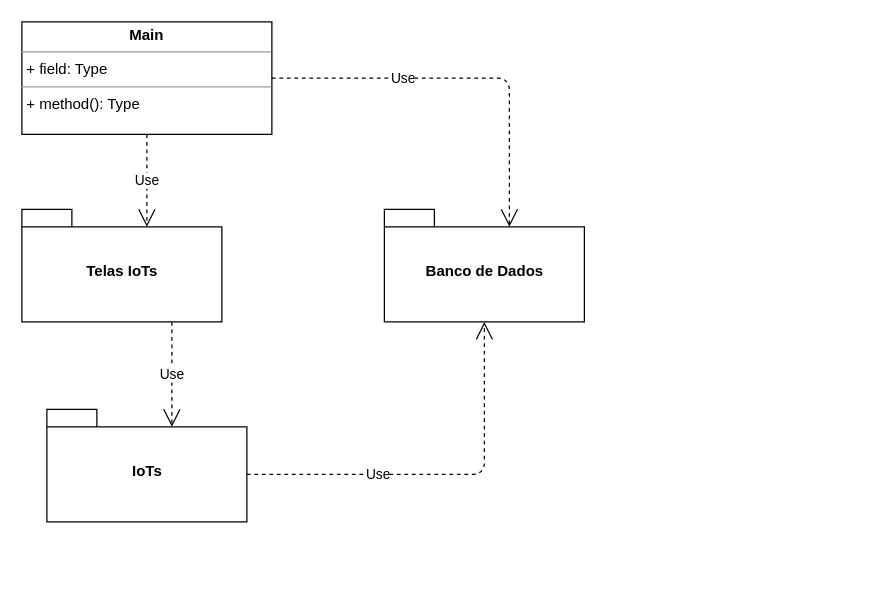
This is page "Main" (2 of 5) of Documents/Gerenciador_IoTs.drawio from CleberPresidente100/Gerenciador_IoTs, a draw.io file, before an edit. Source tidied: cells renumbered, new cells numbered last; positions are measured from the earlier drawing's top-left corner, leaving out a move shared by most shapes. Both pictures are drawn from the tidied source at 125%, with x=0, y=0 at pixel (21, 21).
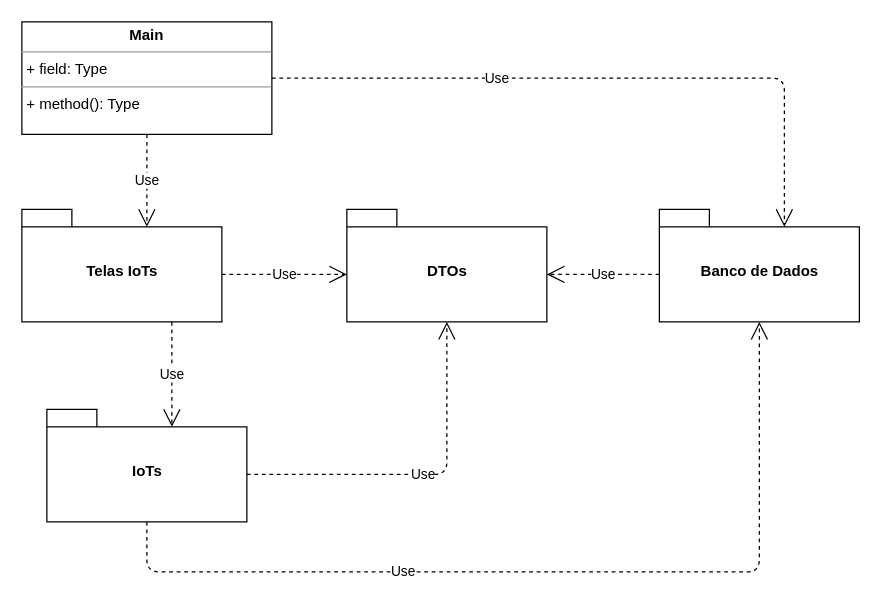
Above is the later version.

The edit, as a diff of the source:
```diff
@@
 <mxGraphModel>
   <root>
     <mxCell id="0" />
     <mxCell id="1" parent="0" />
     <mxCell id="2" value="IoTs" style="shape=folder;fontStyle=1;spacingTop=10;tabWidth=40;tabHeight=14;tabPosition=left;html=1;" parent="1" vertex="1">
       <mxGeometry x="20" y="310" width="160" height="90" as="geometry" />
     </mxCell>
     <mxCell id="3" value="&lt;p style=&quot;margin: 0px ; margin-top: 4px ; text-align: center&quot;&gt;&lt;b&gt;Main&lt;/b&gt;&lt;/p&gt;&lt;hr size=&quot;1&quot;&gt;&lt;p style=&quot;margin: 0px ; margin-left: 4px&quot;&gt;+ field: Type&lt;/p&gt;&lt;hr size=&quot;1&quot;&gt;&lt;p style=&quot;margin: 0px ; margin-left: 4px&quot;&gt;+ method(): Type&lt;/p&gt;" style="verticalAlign=top;align=left;overflow=fill;fontSize=12;fontFamily=Helvetica;html=1;" parent="1" vertex="1">
       <mxGeometry width="200" height="90" as="geometry" />
     </mxCell>
     <mxCell id="4" value="Telas IoTs" style="shape=folder;fontStyle=1;spacingTop=10;tabWidth=40;tabHeight=14;tabPosition=left;html=1;" parent="1" vertex="1">
       <mxGeometry y="150" width="160" height="90" as="geometry" />
     </mxCell>
     <mxCell id="5" value="Use" style="endArrow=open;endSize=12;dashed=1;html=1;exitX=0.75;exitY=1;exitDx=0;exitDy=0;exitPerimeter=0;entryX=0;entryY=0;entryDx=100;entryDy=14;entryPerimeter=0;" parent="1" edge="1" source="4" target="2">
       <mxGeometry relative="1" as="geometry" />
     </mxCell>
     <mxCell id="6" value="Use" style="endArrow=open;endSize=12;dashed=1;html=1;exitX=0.5;exitY=1;exitDx=0;exitDy=0;entryX=0;entryY=0;entryDx=100;entryDy=14;entryPerimeter=0;" parent="1" edge="1" source="3" target="4">
       <mxGeometry relative="1" as="geometry" />
     </mxCell>
-    <mxCell id="7" value="Use" style="endArrow=open;endSize=12;dashed=1;html=1;exitX=0;exitY=0;exitDx=160;exitDy=52;exitPerimeter=0;entryX=0.5;entryY=1;entryDx=0;entryDy=0;entryPerimeter=0;" parent="1" edge="1" source="2" target="9">
+    <mxCell id="7" value="Use" style="endArrow=open;endSize=12;dashed=1;html=1;exitX=0.5;exitY=1;exitDx=0;exitDy=0;exitPerimeter=0;entryX=0.5;entryY=1;entryDx=0;entryDy=0;entryPerimeter=0;" parent="1" edge="1" source="2" target="9">
       <mxGeometry x="-0.33" relative="1" as="geometry">
         <Array as="points">
-          <mxPoint x="370" y="362" />
+          <mxPoint x="100" y="440" />
+          <mxPoint x="590" y="440" />
         </Array>
       </mxGeometry>
     </mxCell>
     <mxCell id="8" value="Use" style="endArrow=open;endSize=12;dashed=1;html=1;exitX=1;exitY=0.5;exitDx=0;exitDy=0;entryX=0;entryY=0;entryDx=100;entryDy=14;entryPerimeter=0;" parent="1" edge="1" source="3" target="9">
       <mxGeometry x="-0.32" relative="1" as="geometry">
         <Array as="points">
-          <mxPoint x="390" y="45" />
+          <mxPoint x="610" y="45" />
         </Array>
       </mxGeometry>
     </mxCell>
     <mxCell id="9" value="Banco de Dados" style="shape=folder;fontStyle=1;spacingTop=10;tabWidth=40;tabHeight=14;tabPosition=left;html=1;" parent="1" vertex="1">
-      <mxGeometry x="290" y="150" width="160" height="90" as="geometry" />
+      <mxGeometry x="510" y="150" width="160" height="90" as="geometry" />
     </mxCell>
+    <mxCell id="10" value="DTOs" style="shape=folder;fontStyle=1;spacingTop=10;tabWidth=40;tabHeight=14;tabPosition=left;html=1;" parent="1" vertex="1">
+      <mxGeometry x="260" y="150" width="160" height="90" as="geometry" />
+    </mxCell>
+    <mxCell id="11" value="Use" style="endArrow=open;endSize=12;dashed=1;html=1;exitX=0;exitY=0;exitDx=160;exitDy=52;exitPerimeter=0;entryX=0;entryY=0;entryDx=0;entryDy=52;entryPerimeter=0;" parent="1" edge="1" source="4" target="10">
+      <mxGeometry relative="1" as="geometry" />
+    </mxCell>
+    <mxCell id="12" value="Use" style="endArrow=open;endSize=12;dashed=1;html=1;exitX=0;exitY=0;exitDx=160;exitDy=52;exitPerimeter=0;entryX=0.5;entryY=1;entryDx=0;entryDy=0;entryPerimeter=0;" parent="1" edge="1" source="2" target="10">
+      <mxGeometry relative="1" as="geometry">
+        <Array as="points">
+          <mxPoint x="340" y="362" />
+        </Array>
+      </mxGeometry>
+    </mxCell>
+    <mxCell id="13" value="Use" style="endArrow=open;endSize=12;dashed=1;html=1;exitX=0;exitY=0;exitDx=0;exitDy=52;exitPerimeter=0;entryX=0;entryY=0;entryDx=160;entryDy=52;entryPerimeter=0;" parent="1" edge="1" source="9" target="10">
+      <mxGeometry relative="1" as="geometry" />
+    </mxCell>
   </root>
 </mxGraphModel>
```
